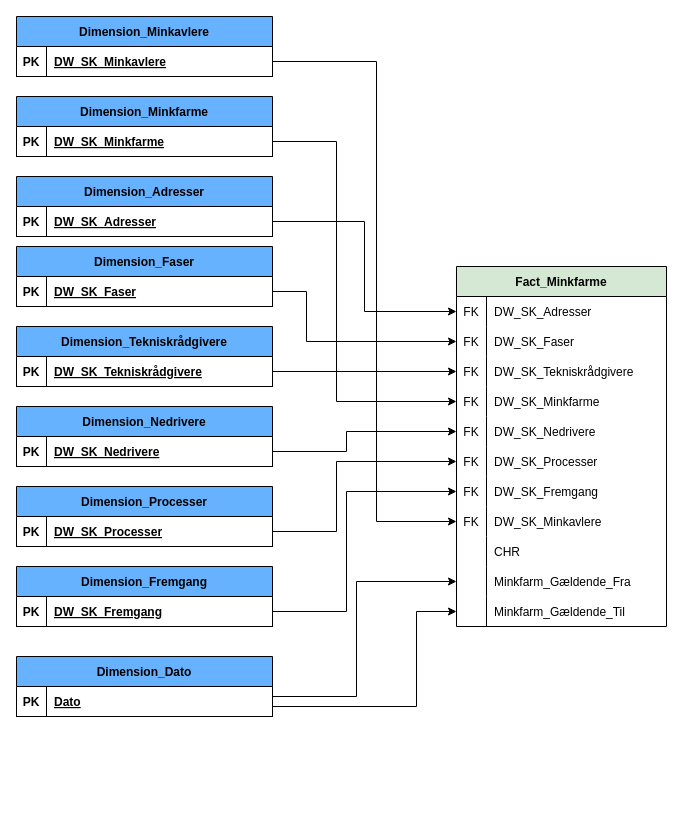
This is page "Fact_Minkfarme" (13 of 14) of Dokumentation - Dimensionel datamodellering.drawio from HUNGD-BYGST/CB-nedrivning---rapportlag, a draw.io file, before an edit. Source tidied: cells renumbered, new cells numbered last; positions are measured from the earlier drawing's top-left corner, leaving out a move shared by most shapes. Both pictures are drawn from the tidied source at 100%, with x=0, y=0 at pixel (16, 16).
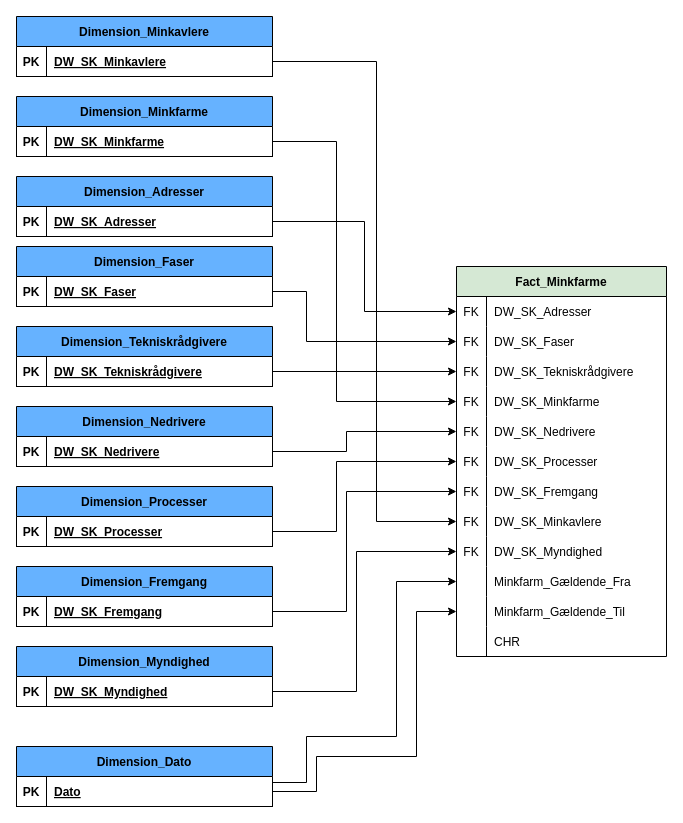
Above is the later version.

The change refers to these unchanged cells:
```xml
<mxCell id="27" style="shape=tableRow;horizontal=0;startSize=0;swimlaneHead=0;swimlaneBody=0;fillColor=none;points=[[0,0.5],[1,0.5]];portConstraint=eastwest;top=0;left=0;right=0;bottom=0;" parent="2" vertex="1">
  <mxGeometry y="270" width="210" height="30" as="geometry" />
</mxCell>
<mxCell id="30" style="shape=tableRow;horizontal=0;startSize=0;swimlaneHead=0;swimlaneBody=0;fillColor=none;points=[[0,0.5],[1,0.5]];portConstraint=eastwest;top=0;left=0;right=0;bottom=0;" parent="2" vertex="1">
  <mxGeometry y="300" width="210" height="30" as="geometry" />
</mxCell>
<mxCell id="33" style="shape=tableRow;horizontal=0;startSize=0;swimlaneHead=0;swimlaneBody=0;fillColor=none;points=[[0,0.5],[1,0.5]];portConstraint=eastwest;top=0;left=0;right=0;bottom=0;" parent="2" vertex="1">
  <mxGeometry y="330" width="210" height="30" as="geometry" />
</mxCell>
<mxCell id="76" style="shape=tableRow;horizontal=0;startSize=0;swimlaneHead=0;swimlaneBody=0;fillColor=none;points=[[0,0.5],[1,0.5]];portConstraint=eastwest;top=0;left=0;right=0;bottom=1;" parent="75" vertex="1">
  <mxGeometry y="30" width="256" height="30" as="geometry" />
</mxCell>
```

What changed in the source:
```diff
@@
     <mxCell id="2" value="Fact_Minkfarme" style="shape=table;startSize=30;childLayout=tableLayout;rowLines=0;fontStyle=1;align=center;fillColor=#D5E8D4;" parent="1" vertex="1">
-      <mxGeometry x="440" y="250" width="210" height="360" as="geometry" />
+      <mxGeometry x="440" y="250" width="210" height="390" as="geometry" />
     </mxCell>
@@
-    <mxCell id="28" style="shape=partialRectangle;fillColor=none;top=0;left=0;bottom=0;right=0;overflow=hidden;" parent="27" vertex="1">
+    <mxCell id="28" value="FK" style="shape=partialRectangle;fillColor=none;top=0;left=0;bottom=0;right=0;overflow=hidden;" parent="27" vertex="1">
       <mxGeometry width="30" height="30" as="geometry" />
     </mxCell>
-    <mxCell id="29" value="CHR" style="shape=partialRectangle;fillColor=none;top=0;left=0;bottom=0;right=0;align=left;spacingLeft=6;overflow=hidden;" parent="27" vertex="1">
+    <mxCell id="29" value="DW_SK_Myndighed" style="shape=partialRectangle;fillColor=none;top=0;left=0;bottom=0;right=0;align=left;spacingLeft=6;overflow=hidden;" parent="27" vertex="1">
       <mxGeometry x="30" width="180" height="30" as="geometry" />
     </mxCell>
@@
+    <mxCell id="82" style="shape=tableRow;horizontal=0;startSize=0;swimlaneHead=0;swimlaneBody=0;fillColor=none;top=0;left=0;right=0;bottom=0;" parent="2" vertex="1">
+      <mxGeometry y="360" width="210" height="30" as="geometry" />
+    </mxCell>
+    <mxCell id="83" style="shape=partialRectangle;fillColor=none;top=0;left=0;bottom=0;right=0;overflow=hidden;" parent="82" vertex="1">
+      <mxGeometry width="30" height="30" as="geometry" />
+    </mxCell>
+    <mxCell id="84" value="CHR" style="shape=partialRectangle;fillColor=none;top=0;left=0;bottom=0;right=0;align=left;spacingLeft=6;overflow=hidden;" parent="82" vertex="1">
+      <mxGeometry x="30" width="180" height="30" as="geometry" />
+    </mxCell>
@@
     <mxCell id="75" value="Dimension_Dato" style="shape=table;startSize=30;childLayout=tableLayout;rowLines=0;fontStyle=1;align=center;fillColor=#66B2FF;" parent="1" vertex="1">
-      <mxGeometry y="640" width="256" height="60" as="geometry" />
+      <mxGeometry y="730" width="256" height="60" as="geometry" />
     </mxCell>
@@
-    <mxCell id="79" style="edgeStyle=orthogonalEdgeStyle;rounded=0;jettySize=auto;html=1;entryX=0;entryY=0.5;entryDx=0;entryDy=0;" parent="1" edge="1" target="30">
+    <mxCell id="79" style="edgeStyle=orthogonalEdgeStyle;rounded=0;jettySize=auto;html=1;entryX=0;entryY=0.5;entryDx=0;entryDy=0;exitX=1;exitY=0.5;exitDx=0;exitDy=0;" parent="1" edge="1" source="87" target="27">
       <mxGeometry relative="1" as="geometry">
-        <mxPoint x="260" y="680" as="sourcePoint" />
         <Array as="points">
-          <mxPoint x="256" y="680" />
-          <mxPoint x="340" y="680" />
-          <mxPoint x="340" y="625" />
+          <mxPoint x="340" y="675" />
+          <mxPoint x="340" y="535" />
         </Array>
       </mxGeometry>
     </mxCell>
-    <mxCell id="80" style="edgeStyle=orthogonalEdgeStyle;rounded=0;jettySize=auto;html=1;entryX=0;entryY=0.5;entryDx=0;entryDy=0;" parent="1" edge="1" target="33">
+    <mxCell id="80" style="edgeStyle=orthogonalEdgeStyle;rounded=0;jettySize=auto;html=1;entryX=0;entryY=0.5;entryDx=0;entryDy=0;exitX=1;exitY=0.5;exitDx=0;exitDy=0;" parent="1" edge="1" source="76" target="33">
       <mxGeometry relative="1" as="geometry">
-        <mxPoint x="256" y="690" as="sourcePoint" />
         <Array as="points">
-          <mxPoint x="400" y="690" />
+          <mxPoint x="300" y="775" />
+          <mxPoint x="300" y="740" />
+          <mxPoint x="400" y="740" />
           <mxPoint x="400" y="595" />
         </Array>
       </mxGeometry>
     </mxCell>
@@
+    <mxCell id="85" style="edgeStyle=orthogonalEdgeStyle;rounded=0;jettySize=auto;html=1;entryX=0;entryY=0.5;entryDx=0;entryDy=0;exitX=1;exitY=0.2;exitDx=0;exitDy=0;exitPerimeter=0;" parent="1" edge="1" source="76" target="30">
+      <mxGeometry relative="1" as="geometry">
+        <Array as="points">
+          <mxPoint x="290" y="766" />
+          <mxPoint x="290" y="720" />
+          <mxPoint x="380" y="720" />
+          <mxPoint x="380" y="565" />
+        </Array>
+      </mxGeometry>
+    </mxCell>
+    <mxCell id="86" value="Dimension_Myndighed" style="shape=table;startSize=30;childLayout=tableLayout;rowLines=0;fontStyle=1;align=center;fillColor=#66B2FF;" parent="1" vertex="1">
+      <mxGeometry y="630" width="256" height="60" as="geometry" />
+    </mxCell>
+    <mxCell id="87" style="shape=tableRow;horizontal=0;startSize=0;swimlaneHead=0;swimlaneBody=0;fillColor=none;points=[[0,0.5],[1,0.5]];portConstraint=eastwest;top=0;left=0;right=0;bottom=1;" parent="86" vertex="1">
+      <mxGeometry y="30" width="256" height="30" as="geometry" />
+    </mxCell>
+    <mxCell id="88" value="PK" style="shape=partialRectangle;fillColor=none;top=0;left=0;bottom=0;right=0;fontStyle=1;overflow=hidden;" parent="87" vertex="1">
+      <mxGeometry width="30" height="30" as="geometry" />
+    </mxCell>
+    <mxCell id="89" value="DW_SK_Myndighed" style="shape=partialRectangle;fillColor=none;top=0;left=0;bottom=0;right=0;align=left;spacingLeft=6;fontStyle=5;overflow=hidden;" parent="87" vertex="1">
+      <mxGeometry x="30" width="226" height="30" as="geometry" />
+    </mxCell>
```
